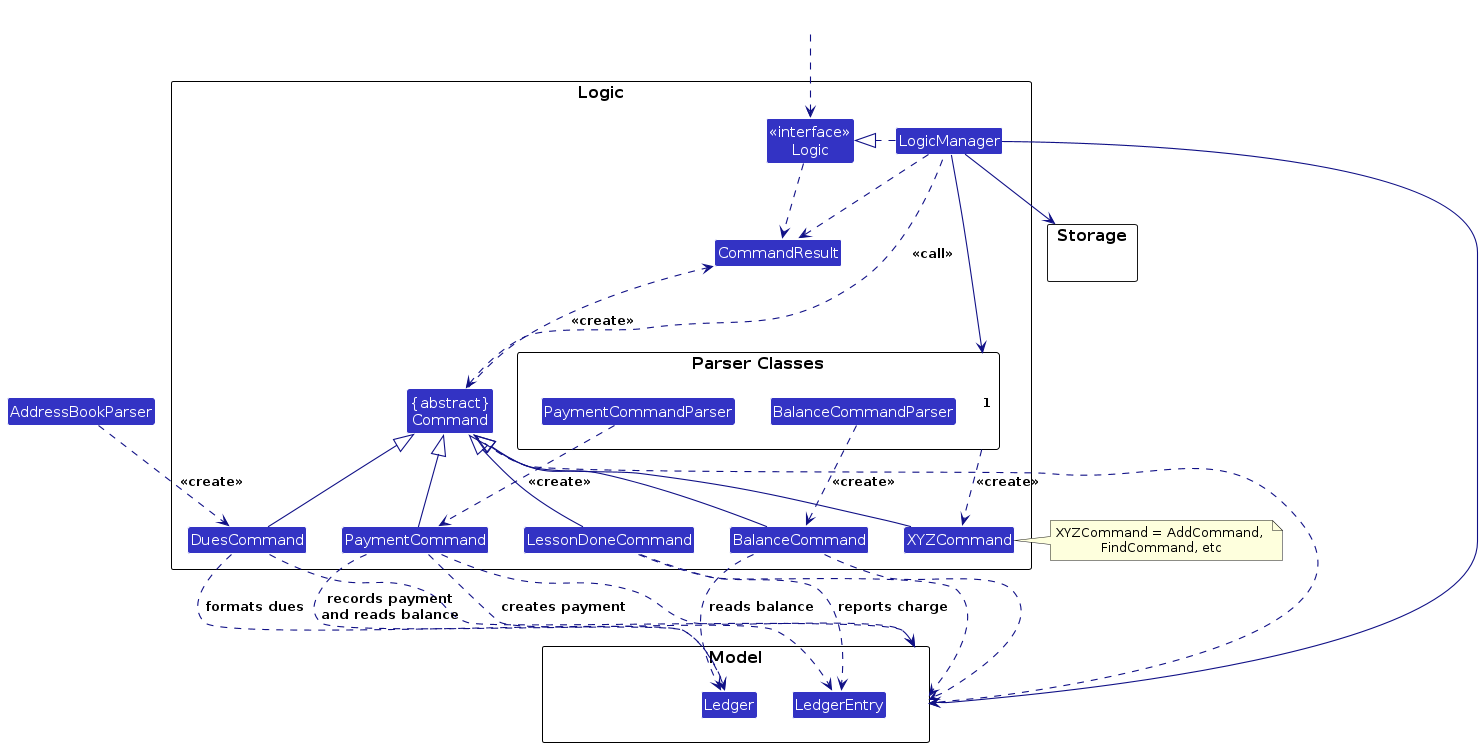
Above: diagrams/LogicClassDiagram.png in AY2627S1-CS2103T-F15-1/tp (PlantUML), before the change. Its source is kept beside it as diagrams/LogicClassDiagram.puml.
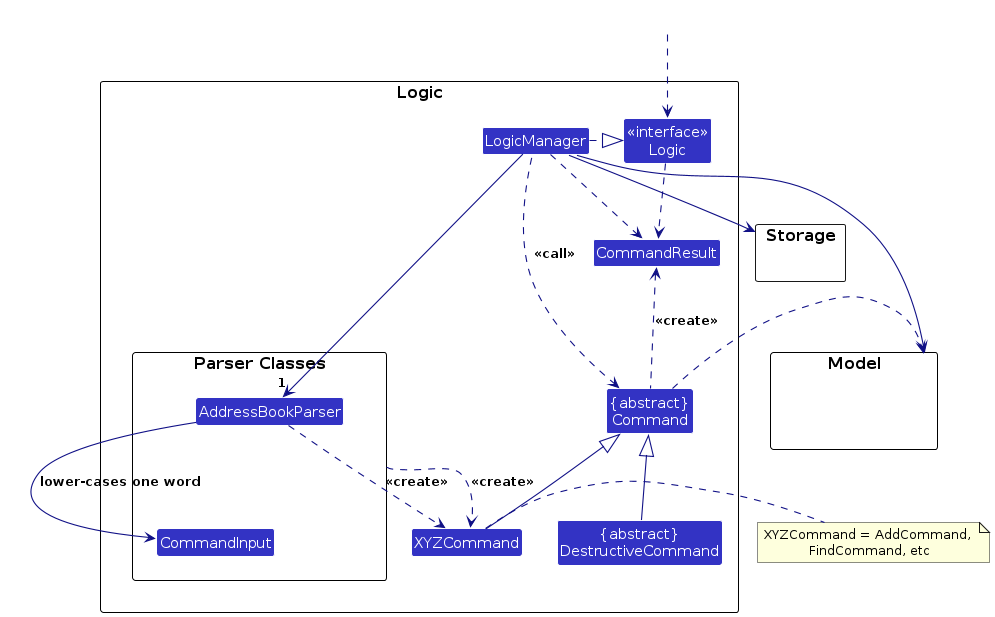
The same file after the commit.

The edit, as a diff of the source:
```diff
@@ -7,17 +7,13 @@
 package Logic as LogicPackage {
 
 package "Parser Classes" as ParserClasses{
-Class PaymentCommandParser
-Class BalanceCommandParser
+Class AddressBookParser
+Class CommandInput
 }
 Class XYZCommand
 Class CommandResult
 Class "{abstract}\nCommand" as Command
-Class PaymentCommand
-Class BalanceCommand
-Class DuesCommand
-Class LessonDoneCommand
-
+Class "{abstract}\nDestructiveCommand" as DestructiveCommand
 
 Class "<<interface>>\nLogic" as Logic
 Class LogicManager
@@ -25,8 +21,6 @@
 
 package Model {
 Class HiddenModel #FFFFFF
-Class Ledger
-Class LedgerEntry
 }
 
 package Storage {
@@ -36,14 +30,11 @@
 HiddenOutside ..> Logic
 
 LogicManager .right.|> Logic
-LogicManager -right->"1" ParserClasses
+LogicManager -right->"1" AddressBookParser
 ParserClasses ..> XYZCommand : <<create>>
 
 XYZCommand -up-|> Command
-PaymentCommand -up-|> Command
-BalanceCommand -up-|> Command
-DuesCommand -up-|> Command
-LessonDoneCommand -up-|> Command
+DestructiveCommand -up-|> Command
 LogicManager .left.> Command : <<call>>
 
 LogicManager --> Model
@@ -51,18 +42,8 @@
 Storage --[hidden] Model
 Command .[hidden]up.> Storage
 Command .right.> Model
-PaymentCommand ..> Model
-BalanceCommand ..> Model
-DuesCommand ..> Model
-LessonDoneCommand ..> Model
-PaymentCommandParser ..> PaymentCommand : <<create>>
-BalanceCommandParser ..> BalanceCommand : <<create>>
-AddressBookParser ..> DuesCommand : <<create>>
-PaymentCommand ..> Ledger : records payment\nand reads balance
-BalanceCommand ..> Ledger : reads balance
-DuesCommand ..> Ledger : formats dues
-LessonDoneCommand ..> LedgerEntry : reports charge
-PaymentCommand ..> LedgerEntry : creates payment
+AddressBookParser --> CommandInput : lower-cases one word
+AddressBookParser ..> XYZCommand : <<create>>
 note right of XYZCommand: XYZCommand = AddCommand, \nFindCommand, etc
 
 Logic ..> CommandResult
```
